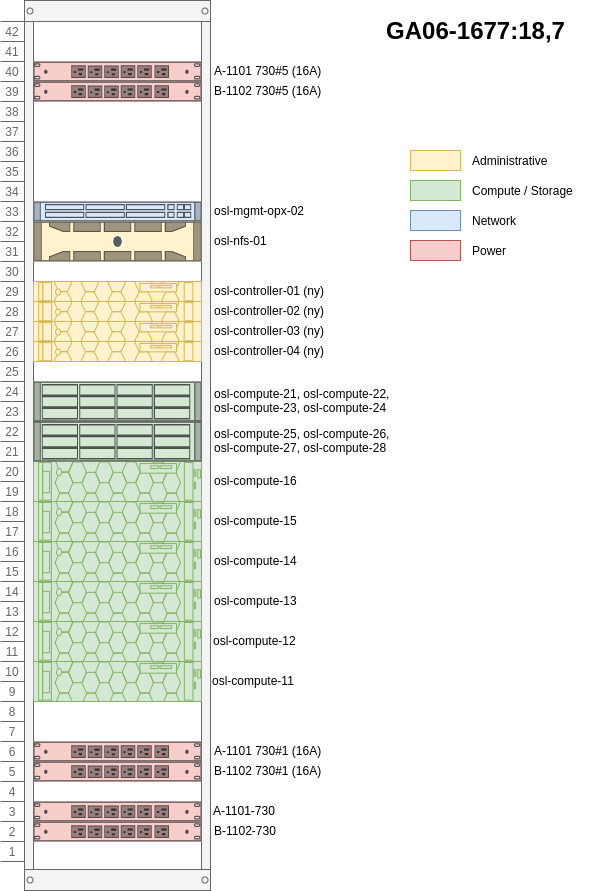
This is docs/team/development/images/osl-rack-3.png from norcams/iaas, a draw.io export, as it was before one commit. Source tidied: cells renumbered, new cells last; positions are measured from the earlier drawing's top-left corner, leaving out a move shared by most shapes.
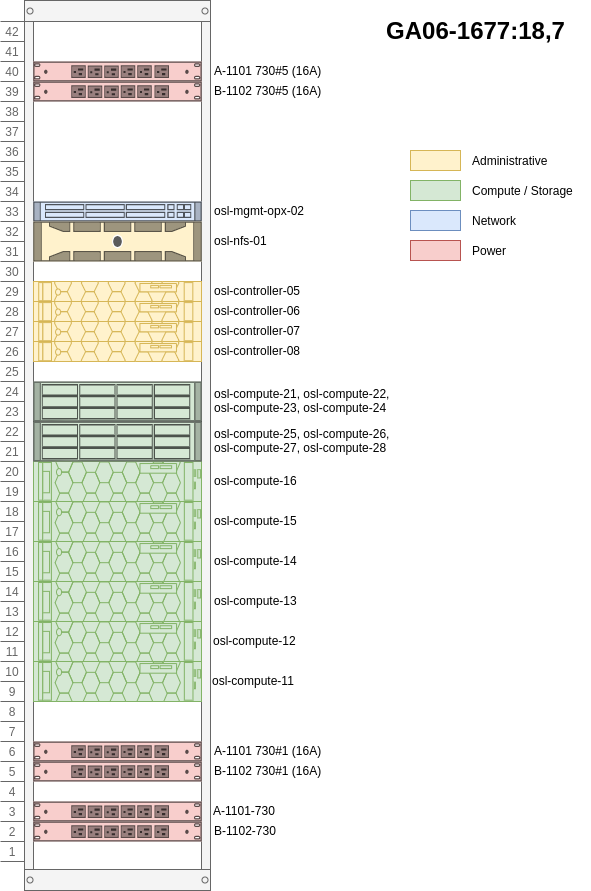
Later version of the same file.

What changed in the source:
```diff
@@ -134,16 +134,16 @@
     <mxCell id="45" value="&lt;font style=&quot;font-size: 24px&quot;&gt;&lt;b&gt;GA06-1677:18,7&lt;/b&gt;&lt;/font&gt;" style="text;html=1;align=center;verticalAlign=middle;" parent="1" vertex="1">
       <mxGeometry x="380" y="20" width="190" height="20" as="geometry" />
     </mxCell>
-    <mxCell id="46" value="osl-controller-01 (ny)" style="text;html=1;strokeColor=none;fillColor=none;align=left;verticalAlign=middle;whiteSpace=wrap;rounded=0;labelBackgroundColor=#ffffff;" parent="1" vertex="1">
+    <mxCell id="46" value="osl-controller-05" style="text;html=1;strokeColor=none;fillColor=none;align=left;verticalAlign=middle;whiteSpace=wrap;rounded=0;labelBackgroundColor=#ffffff;" parent="1" vertex="1">
       <mxGeometry x="212" y="280" width="128" height="20" as="geometry" />
     </mxCell>
-    <mxCell id="47" value="osl-controller-02 (ny)" style="text;html=1;strokeColor=none;fillColor=none;align=left;verticalAlign=middle;whiteSpace=wrap;rounded=0;labelBackgroundColor=#ffffff;" parent="1" vertex="1">
+    <mxCell id="47" value="osl-controller-06" style="text;html=1;strokeColor=none;fillColor=none;align=left;verticalAlign=middle;whiteSpace=wrap;rounded=0;labelBackgroundColor=#ffffff;" parent="1" vertex="1">
       <mxGeometry x="212" y="300" width="128" height="20" as="geometry" />
     </mxCell>
-    <mxCell id="48" value="osl-controller-03 (ny)" style="text;html=1;strokeColor=none;fillColor=none;align=left;verticalAlign=middle;whiteSpace=wrap;rounded=0;labelBackgroundColor=#ffffff;" parent="1" vertex="1">
+    <mxCell id="48" value="osl-controller-07" style="text;html=1;strokeColor=none;fillColor=none;align=left;verticalAlign=middle;whiteSpace=wrap;rounded=0;labelBackgroundColor=#ffffff;" parent="1" vertex="1">
       <mxGeometry x="212" y="320" width="128" height="20" as="geometry" />
     </mxCell>
-    <mxCell id="49" value="osl-controller-04 (ny)" style="text;html=1;strokeColor=none;fillColor=none;align=left;verticalAlign=middle;whiteSpace=wrap;rounded=0;labelBackgroundColor=#ffffff;" parent="1" vertex="1">
+    <mxCell id="49" value="osl-controller-08" style="text;html=1;strokeColor=none;fillColor=none;align=left;verticalAlign=middle;whiteSpace=wrap;rounded=0;labelBackgroundColor=#ffffff;" parent="1" vertex="1">
       <mxGeometry x="212" y="340" width="128" height="20" as="geometry" />
     </mxCell>
     <mxCell id="50" value="A-1101-730" style="text;html=1;align=left;verticalAlign=middle;" parent="1" vertex="1">
```
